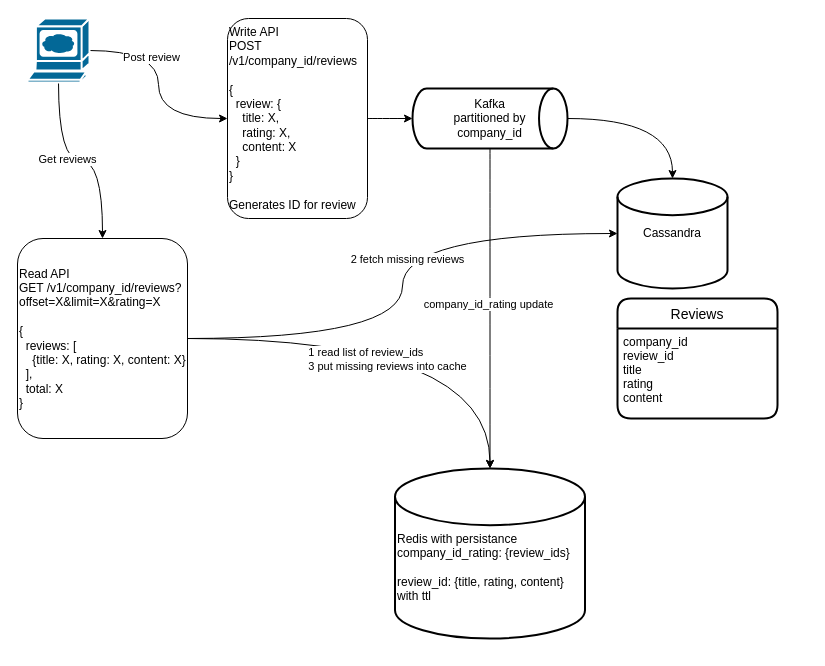
gruzilkin/reviews keeps this draw.io diagram as diagram.drawio. Above is the earlier version. Source tidied: cells renumbered, new cells numbered last; positions are measured from the earlier drawing's top-left corner, leaving out a move shared by most shapes. Both pictures are drawn from the tidied source at 100%, with x=0, y=0 at pixel (17, 18).
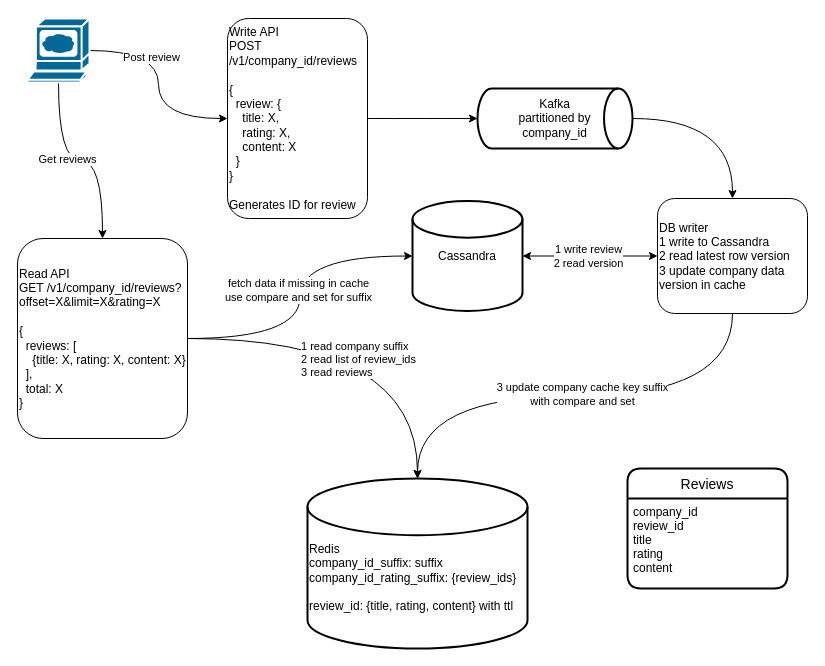
After the change.

Commit message:
improve service diagram

The change refers to these unchanged cells:
```xml
<mxCell id="17" style="edgeStyle=orthogonalEdgeStyle;curved=1;jettySize=auto;html=1;" parent="1" edge="1" source="21" target="16">
  <mxGeometry relative="1" as="geometry" />
</mxCell>
<mxCell id="19" style="edgeStyle=orthogonalEdgeStyle;curved=1;jettySize=auto;html=1;entryX=0;entryY=0.5;entryDx=0;entryDy=0;entryPerimeter=0;" parent="1" edge="1" source="21" target="13">
  <mxGeometry relative="1" as="geometry" />
</mxCell>
```

Diff of the diagram source:
```diff
@@
-    <mxCell id="9" style="edgeStyle=orthogonalEdgeStyle;curved=1;jettySize=auto;html=1;" parent="1" edge="1" source="12" target="13">
+    <mxCell id="9" style="edgeStyle=orthogonalEdgeStyle;curved=1;jettySize=auto;html=1;entryX=0.5;entryY=0;entryDx=0;entryDy=0;" parent="1" edge="1" source="12" target="25">
       <mxGeometry relative="1" as="geometry" />
     </mxCell>
-    <mxCell id="10" style="edgeStyle=orthogonalEdgeStyle;curved=1;jettySize=auto;html=1;" parent="1" edge="1" source="12" target="16">
+    <mxCell id="10" style="edgeStyle=orthogonalEdgeStyle;curved=1;jettySize=auto;html=1;exitX=0.5;exitY=1;exitDx=0;exitDy=0;" parent="1" edge="1" source="25" target="16">
       <mxGeometry relative="1" as="geometry" />
     </mxCell>
-    <mxCell id="11" value="company_id_rating update" style="edgeLabel;html=1;align=center;verticalAlign=middle;" parent="10" vertex="1">
+    <mxCell id="11" value="3 update company cache key suffix&lt;br&gt;with compare and set" style="edgeLabel;html=1;align=center;verticalAlign=middle;" parent="10" vertex="1">
       <mxGeometry x="-0.03" y="-2" relative="1" as="geometry" />
     </mxCell>
     <mxCell id="12" value="Kafka&lt;br&gt;partitioned by&lt;br&gt;company_id" style="strokeWidth=2;html=1;shape=mxgraph.flowchart.direct_data;whiteSpace=wrap;" parent="1" vertex="1">
-      <mxGeometry x="395" y="70" width="155" height="60" as="geometry" />
+      <mxGeometry x="460" y="70" width="155" height="60" as="geometry" />
     </mxCell>
     <mxCell id="13" value="Cassandra" style="strokeWidth=2;html=1;shape=mxgraph.flowchart.database;whiteSpace=wrap;" parent="1" vertex="1">
-      <mxGeometry x="600" y="160" width="110" height="110" as="geometry" />
+      <mxGeometry x="395" y="182.5" width="110" height="110" as="geometry" />
     </mxCell>
     <mxCell id="14" value="Reviews" style="swimlane;horizontal=1;startSize=30;rounded=1;fontSize=14;fontStyle=0;strokeWidth=2;shadow=0;dashed=0;align=center;" parent="1" vertex="1">
-      <mxGeometry x="600" y="280" width="160" height="120" as="geometry" />
+      <mxGeometry x="610" y="450" width="160" height="120" as="geometry" />
     </mxCell>
@@
-    <mxCell id="16" value="&lt;br&gt;&lt;br&gt;Redis with persistance&lt;br&gt;company_id_rating: {review_ids}&lt;br&gt;&lt;br&gt;review_id: {title, rating, content} with ttl" style="strokeWidth=2;html=1;shape=mxgraph.flowchart.database;whiteSpace=wrap;align=left;" parent="1" vertex="1">
-      <mxGeometry x="377.5" y="450" width="190" height="170" as="geometry" />
+    <mxCell id="16" value="&lt;br&gt;&lt;br&gt;Redis&lt;br&gt;company_id_suffix: suffix&lt;br&gt;company_id_rating_suffix: {review_ids}&lt;br&gt;&lt;br&gt;review_id: {title, rating, content} with ttl" style="strokeWidth=2;html=1;shape=mxgraph.flowchart.database;whiteSpace=wrap;align=left;" parent="1" vertex="1">
+      <mxGeometry x="290" y="460" width="220" height="170" as="geometry" />
     </mxCell>
@@
-    <mxCell id="18" value="&lt;div style=&quot;text-align: left;&quot;&gt;1 read list of review_ids&lt;/div&gt;&lt;div style=&quot;text-align: left;&quot;&gt;3 put missing reviews into cache&lt;/div&gt;" style="edgeLabel;html=1;align=center;verticalAlign=middle;" parent="17" vertex="1">
+    <mxCell id="18" value="&lt;div style=&quot;text-align: left&quot;&gt;1 read company suffix&lt;/div&gt;&lt;div style=&quot;text-align: left&quot;&gt;2 read list of review_ids&lt;/div&gt;&lt;div style=&quot;text-align: left&quot;&gt;3 read reviews&lt;/div&gt;" style="edgeLabel;html=1;align=center;verticalAlign=middle;" parent="17" vertex="1">
       <mxGeometry x="-0.05" relative="1" as="geometry">
         <mxPoint x="-6" y="20" as="offset" />
       </mxGeometry>
     </mxCell>
@@
-    <mxCell id="20" value="2 fetch missing reviews" style="edgeLabel;html=1;align=center;verticalAlign=middle;" parent="19" vertex="1">
-      <mxGeometry x="0.21" y="-25" relative="1" as="geometry" />
+    <mxCell id="20" value="fetch data if missing in cache&lt;br&gt;use compare and set for suffix" style="edgeLabel;html=1;align=center;verticalAlign=middle;" parent="19" vertex="1">
+      <mxGeometry x="0.21" y="-25" relative="1" as="geometry">
+        <mxPoint x="-27" y="25" as="offset" />
+      </mxGeometry>
     </mxCell>
@@
+    <mxCell id="22" style="edgeStyle=none;html=1;curved=1;startArrow=classic;startFill=1;entryX=1;entryY=0.5;entryDx=0;entryDy=0;entryPerimeter=0;exitX=0;exitY=0.5;exitDx=0;exitDy=0;" parent="1" edge="1" source="25" target="13">
+      <mxGeometry relative="1" as="geometry" />
+    </mxCell>
+    <mxCell id="23" value="1 write review&lt;br&gt;2 read version" style="edgeLabel;html=1;align=center;verticalAlign=middle;" parent="22" vertex="1">
+      <mxGeometry x="0.08" relative="1" as="geometry">
+        <mxPoint x="3" as="offset" />
+      </mxGeometry>
+    </mxCell>
+    <mxCell id="24" style="edgeStyle=none;curved=1;html=1;exitX=0.5;exitY=1;exitDx=0;exitDy=0;" parent="1" edge="1" source="25">
+      <mxGeometry relative="1" as="geometry">
+        <mxPoint x="690" y="265" as="targetPoint" />
+      </mxGeometry>
+    </mxCell>
+    <mxCell id="25" value="DB writer&lt;br&gt;1 write to Cassandra&lt;br&gt;2 read latest row version&lt;br&gt;3 update company data version in cache" style="rounded=1;whiteSpace=wrap;html=1;align=left;" parent="1" vertex="1">
+      <mxGeometry x="640" y="180" width="150" height="115" as="geometry" />
+    </mxCell>
```
